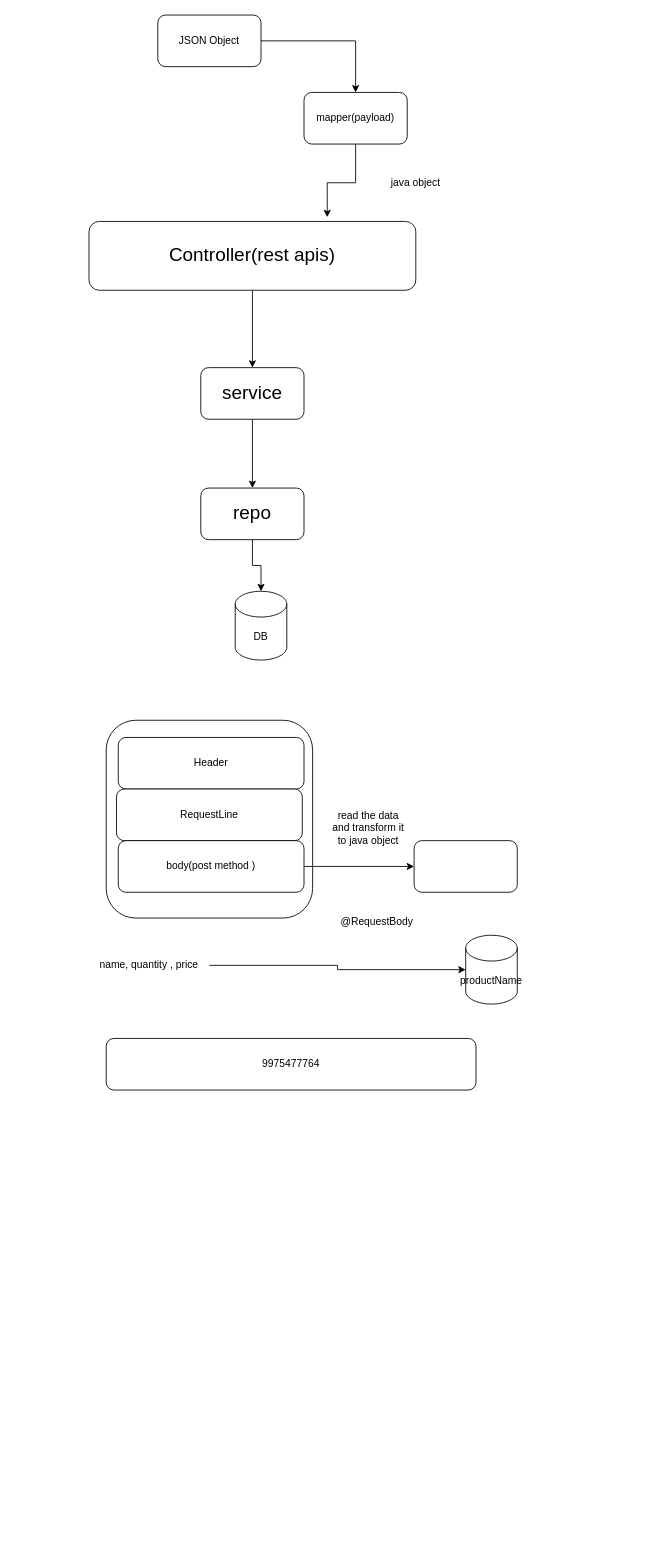
This is page "Page-5" (5 of 5) of Untitled Diagram.drawio from abhinandanchivate/citiMicroservices, a draw.io file, before an edit. Source tidied: cells renumbered, new cells numbered last; positions are measured from the earlier drawing's top-left corner, leaving out a move shared by most shapes. Both pictures are drawn from the tidied source at 86%, with x=0, y=0 at pixel (89, 15).
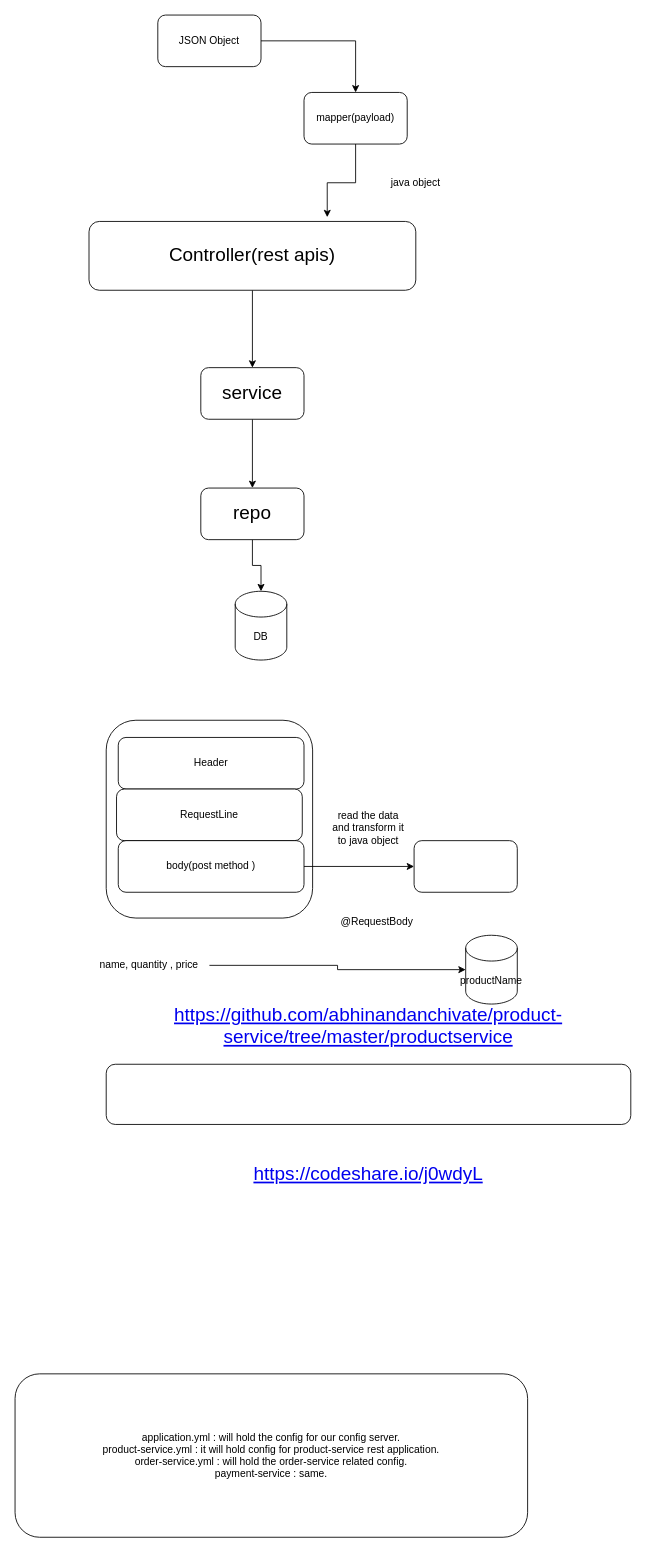
After the change.

The edit, as a diff of the source:
```diff
@@
-    <mxCell id="25" value="9975477764" style="rounded=1;whiteSpace=wrap;html=1;" parent="1" vertex="1">
-      <mxGeometry x="20" y="1190" width="430" height="60" as="geometry" />
+    <mxCell id="25" value="&lt;a href=&quot;https://github.com/abhinandanchivate/product-service/tree/master/productservice&quot; style=&quot;font-size: 22px;&quot;&gt;https://github.com/abhinandanchivate/product-service/tree/master/productservice&lt;/a&gt;&lt;br&gt;&lt;br&gt;&lt;br&gt;&lt;br&gt;&lt;br&gt;&lt;br&gt;&lt;a href=&quot;https://codeshare.io/j0wdyL&quot;&gt;https://codeshare.io/j0wdyL&lt;/a&gt;" style="rounded=1;whiteSpace=wrap;html=1;fontSize=22;" parent="1" vertex="1">
+      <mxGeometry x="20" y="1220" width="610" height="70" as="geometry" />
     </mxCell>
+    <mxCell id="26" value="application.yml : will hold the config for our config server.&lt;br&gt;product-service.yml : it will hold config for product-service rest application.&lt;br&gt;order-service.yml : will hold the order-service related config.&lt;br&gt;payment-service : same." style="rounded=1;whiteSpace=wrap;html=1;" parent="1" vertex="1">
+      <mxGeometry x="-86" y="1580" width="596" height="190" as="geometry" />
+    </mxCell>
```
